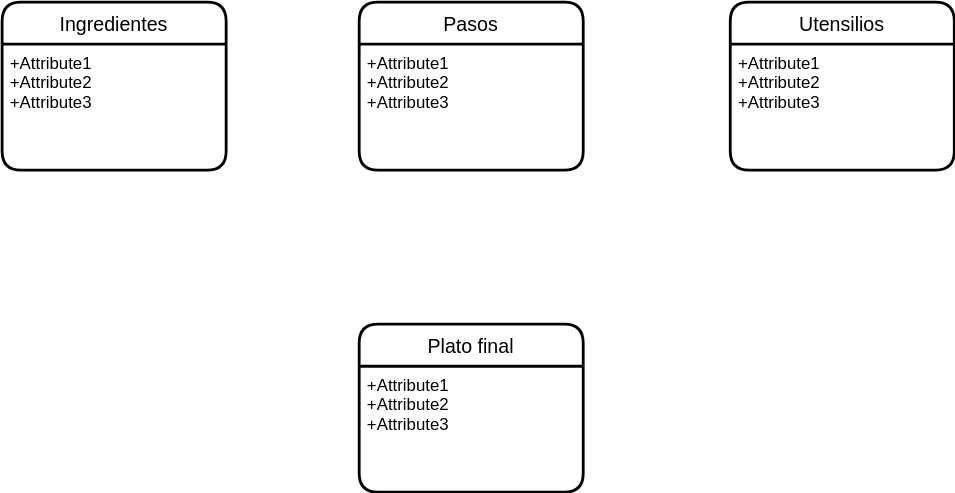
Jimxx22/C3-UD11-UML keeps this draw.io diagram as UD12-09.svg. Above is the earlier version. Source tidied: cells renumbered, new cells last; positions are measured from the earlier drawing's top-left corner, leaving out a move shared by most shapes. Its diagram source:
```xml
<mxGraphModel>
  <root>
    <mxCell id="0" />
    <mxCell id="1" parent="0" />
    <mxCell id="2" value="Ingredientes" style="swimlane;horizontal=1;startSize=30;rounded=1;fontSize=14;fontStyle=0;strokeWidth=2;shadow=0;dashed=0;align=center;" parent="1" vertex="1">
      <mxGeometry width="160" height="120" as="geometry" />
    </mxCell>
    <mxCell id="3" value="+Attribute1&#10;+Attribute2&#10;+Attribute3" style="align=left;strokeColor=none;fillColor=none;spacingLeft=4;fontSize=12;verticalAlign=top;" parent="2" vertex="1">
      <mxGeometry y="30" width="160" height="90" as="geometry" />
    </mxCell>
    <mxCell id="4" value="Utensilios" style="swimlane;horizontal=1;startSize=30;rounded=1;fontSize=14;fontStyle=0;strokeWidth=2;shadow=0;dashed=0;align=center;" parent="1" vertex="1">
      <mxGeometry x="520" width="160" height="120" as="geometry" />
    </mxCell>
    <mxCell id="5" value="+Attribute1&#10;+Attribute2&#10;+Attribute3" style="align=left;strokeColor=none;fillColor=none;spacingLeft=4;fontSize=12;verticalAlign=top;" parent="4" vertex="1">
      <mxGeometry y="30" width="160" height="90" as="geometry" />
    </mxCell>
    <mxCell id="6" value="Pasos" style="swimlane;horizontal=1;startSize=30;rounded=1;fontSize=14;fontStyle=0;strokeWidth=2;shadow=0;dashed=0;align=center;" parent="1" vertex="1">
      <mxGeometry x="255" width="160" height="120" as="geometry" />
    </mxCell>
    <mxCell id="7" value="+Attribute1&#10;+Attribute2&#10;+Attribute3" style="align=left;strokeColor=none;fillColor=none;spacingLeft=4;fontSize=12;verticalAlign=top;" parent="6" vertex="1">
      <mxGeometry y="30" width="160" height="90" as="geometry" />
    </mxCell>
    <mxCell id="8" value="Plato final" style="swimlane;horizontal=1;startSize=30;rounded=1;fontSize=14;fontStyle=0;strokeWidth=2;shadow=0;dashed=0;align=center;" parent="1" vertex="1">
      <mxGeometry x="255" y="230" width="160" height="120" as="geometry" />
    </mxCell>
    <mxCell id="9" value="+Attribute1&#10;+Attribute2&#10;+Attribute3" style="align=left;strokeColor=none;fillColor=none;spacingLeft=4;fontSize=12;verticalAlign=top;" parent="8" vertex="1">
      <mxGeometry y="30" width="160" height="90" as="geometry" />
    </mxCell>
  </root>
</mxGraphModel>
```
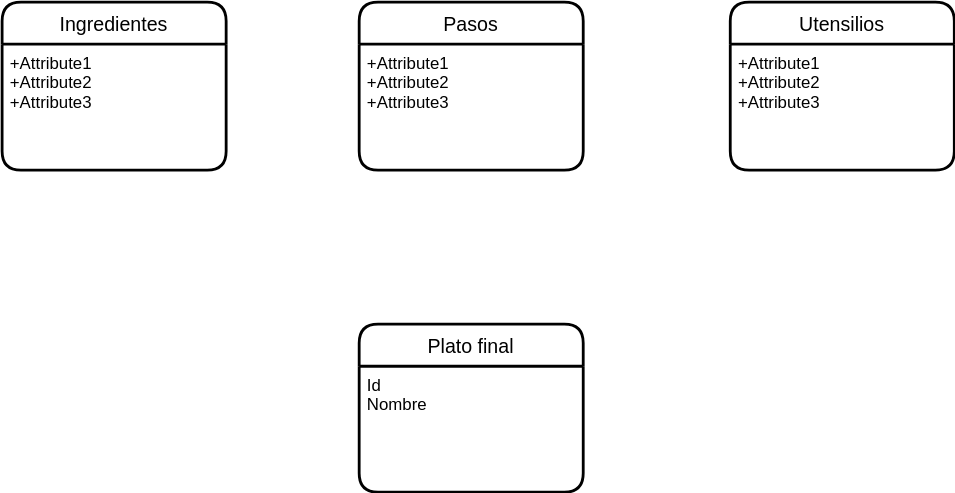
Later version of the same file.

Change to the diagram source:
```diff
@@ -23,7 +23,7 @@
     <mxCell id="8" value="Plato final" style="swimlane;horizontal=1;startSize=30;rounded=1;fontSize=14;fontStyle=0;strokeWidth=2;shadow=0;dashed=0;align=center;" parent="1" vertex="1">
       <mxGeometry x="255" y="230" width="160" height="120" as="geometry" />
     </mxCell>
-    <mxCell id="9" value="+Attribute1&#10;+Attribute2&#10;+Attribute3" style="align=left;strokeColor=none;fillColor=none;spacingLeft=4;fontSize=12;verticalAlign=top;" parent="8" vertex="1">
+    <mxCell id="9" value="Id&#10;Nombre&#10;" style="align=left;strokeColor=none;fillColor=none;spacingLeft=4;fontSize=12;verticalAlign=top;" parent="8" vertex="1">
       <mxGeometry y="30" width="160" height="90" as="geometry" />
     </mxCell>
   </root>
```
